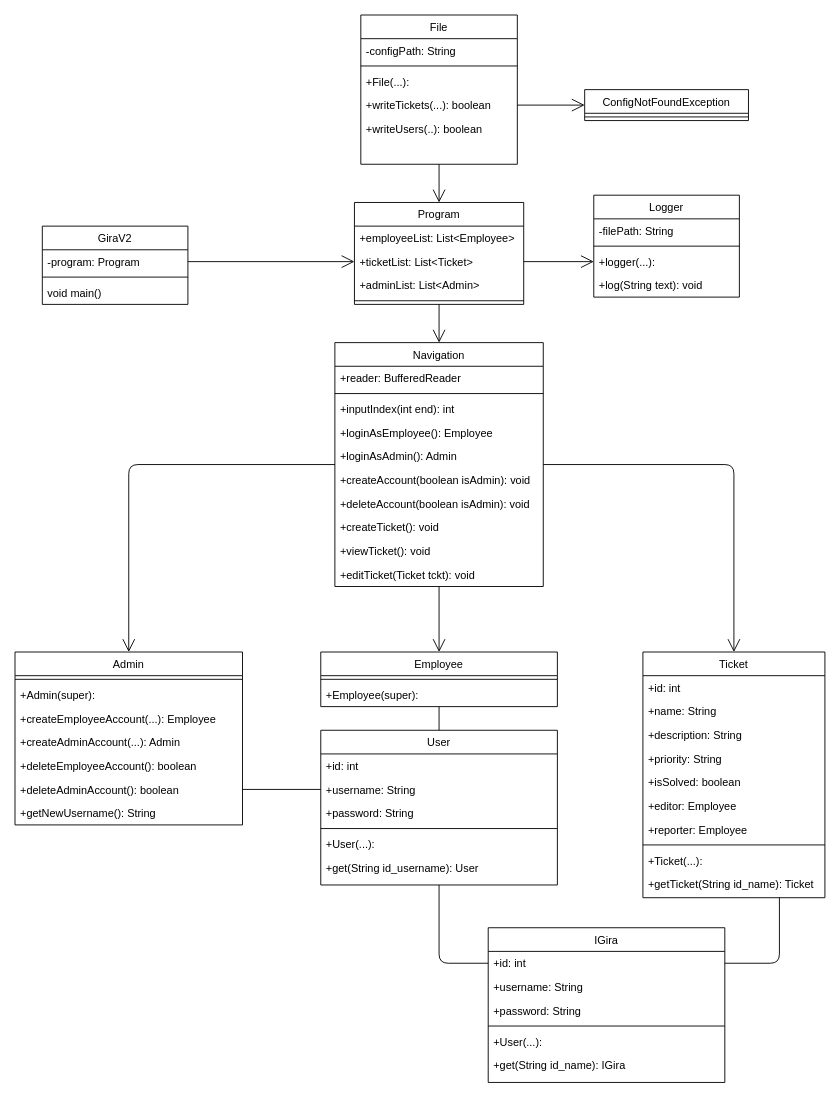
The draw.io diagram Documentation/Diagrams/Class Diagram/Class Diagram.drawio in baltermia/Gira-ConsoleV2, before the edit. Source tidied: cells renumbered, new cells numbered last; positions are measured from the earlier drawing's top-left corner, leaving out a move shared by most shapes. Both pictures are drawn from the tidied source at 91%, with x=0, y=0 at pixel (15, 15).
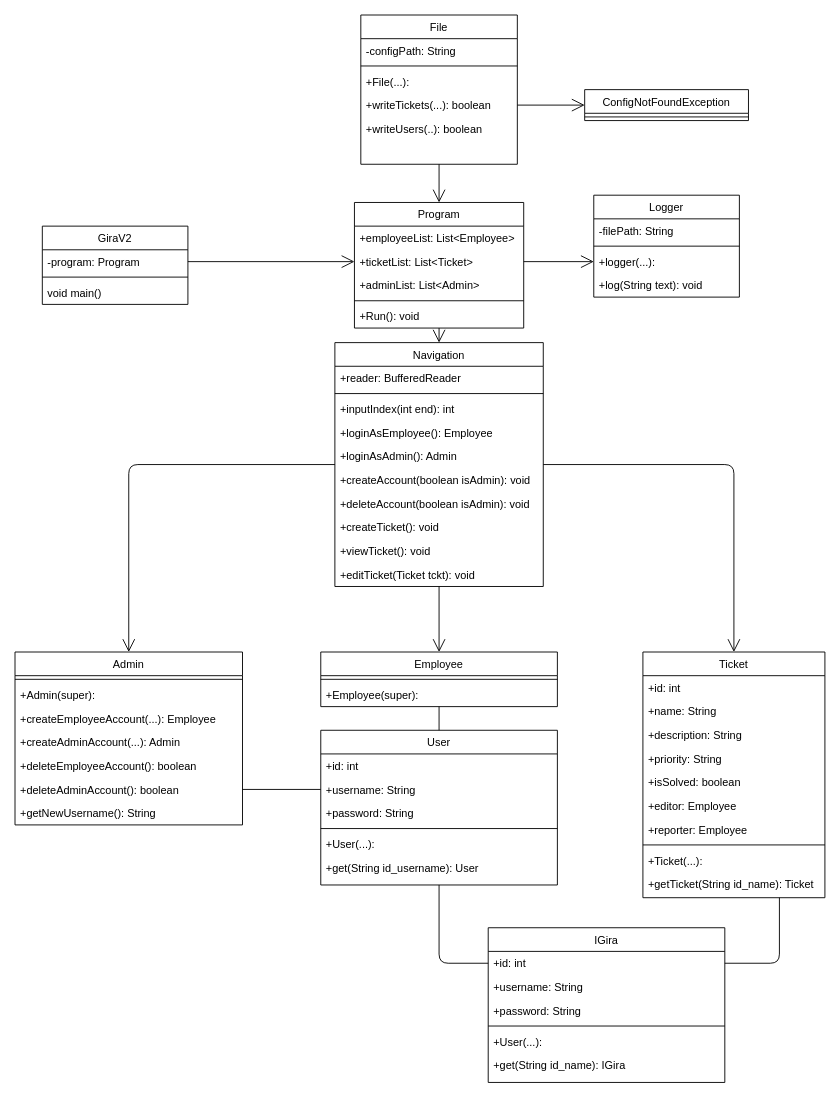
After the change.

Diff of the diagram source:
```diff
@@
     <mxCell id="45" value="Program" style="swimlane;fontStyle=0;align=center;verticalAlign=top;horizontal=1;startSize=26;rounded=0;shadow=0;strokeWidth=1;" parent="1" vertex="1">
-      <mxGeometry x="373" y="206" width="186" height="112" as="geometry" />
+      <mxGeometry x="373" y="206" width="186" height="138" as="geometry" />
     </mxCell>
@@
+    <mxCell id="83" value="+Run(): void" style="text;align=left;verticalAlign=top;spacingLeft=4;spacingRight=4;overflow=hidden;" parent="45" vertex="1">
+      <mxGeometry y="112" width="186" height="26" as="geometry" />
+    </mxCell>
```
